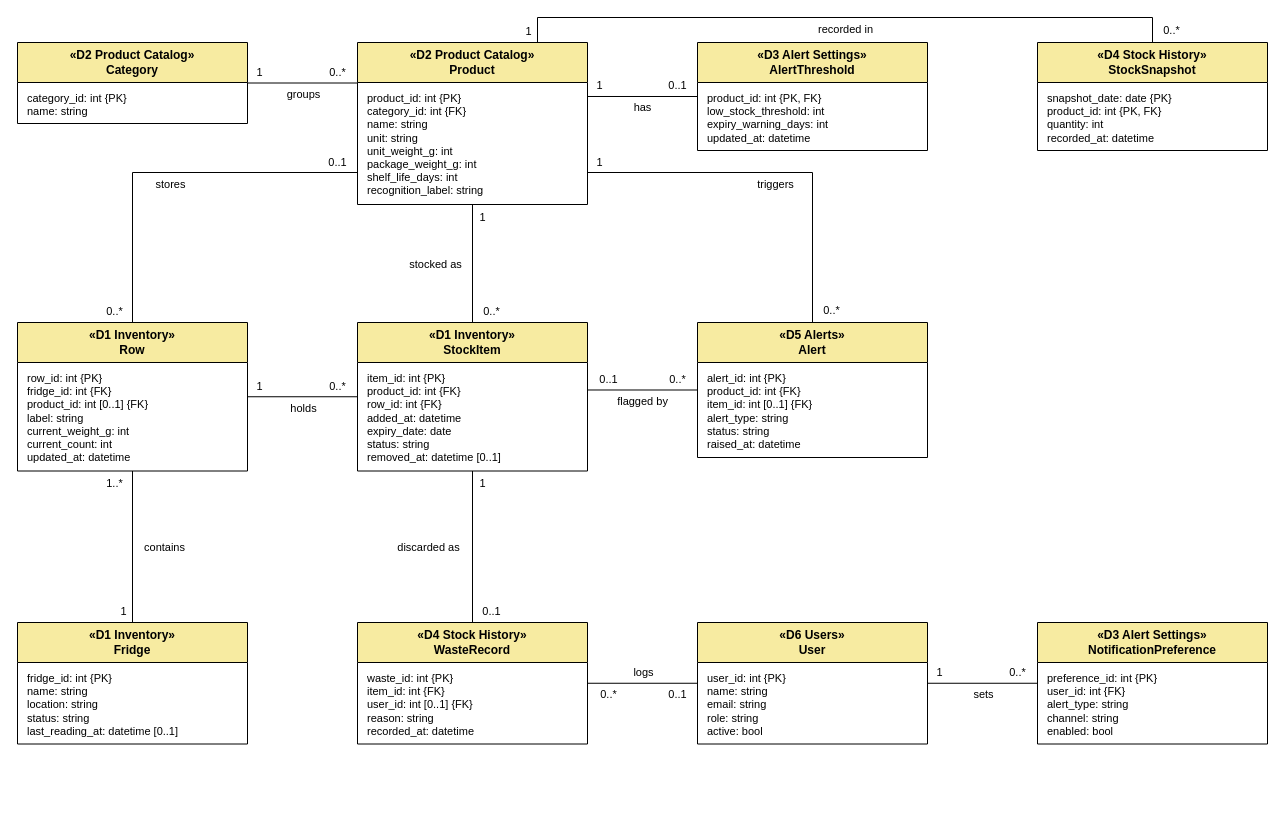
Before: docs/diagrams/erd.drawio in Jatti045/SEG4105-Term-Project, a draw.io diagram. Source tidied: cells renumbered, new cells numbered last; positions are measured from the earlier drawing's top-left corner, leaving out a move shared by most shapes. Both pictures are drawn from the tidied source at 100%, with x=0, y=0 at pixel (17, 17).
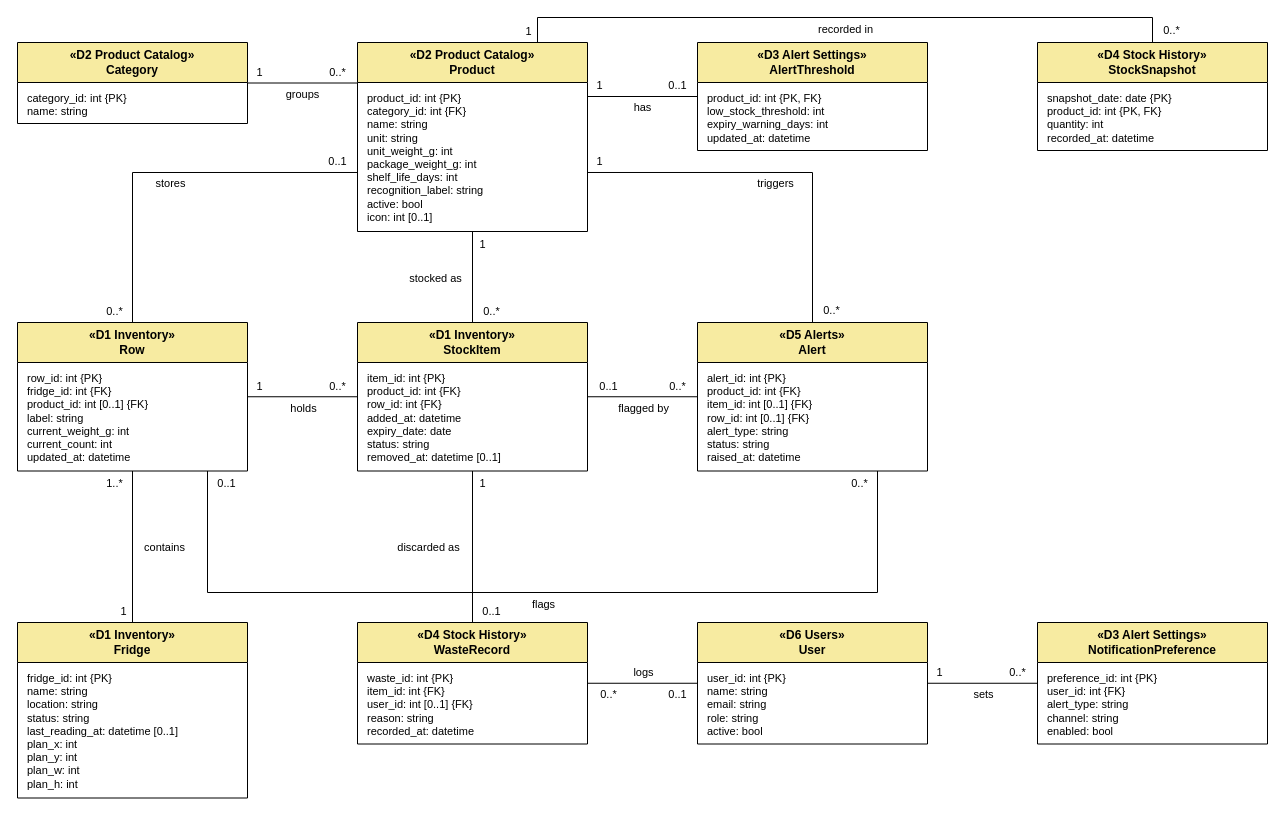
Above is the later version.

The change refers to these unchanged cells:
```xml
<mxCell id="2" value="«D2 Product Catalog»&lt;br&gt;&lt;b&gt;Category&lt;/b&gt;" style="swimlane;html=1;whiteSpace=wrap;startSize=40;fillColor=#F7EBA1;swimlaneFillColor=#FFFFFF;strokeColor=#000000;fontSize=12;fontFamily=Helvetica;fontColor=#000000;" parent="1" vertex="1">
  <mxGeometry y="25" width="230" height="81" as="geometry" />
</mxCell>
<mxCell id="6" value="«D3 Alert Settings»&lt;br&gt;&lt;b&gt;AlertThreshold&lt;/b&gt;" style="swimlane;html=1;whiteSpace=wrap;startSize=40;fillColor=#F7EBA1;swimlaneFillColor=#FFFFFF;strokeColor=#000000;fontSize=12;fontFamily=Helvetica;fontColor=#000000;" parent="1" vertex="1">
  <mxGeometry x="680" y="25" width="230" height="108" as="geometry" />
</mxCell>
<mxCell id="10" value="«D1 Inventory»&lt;br&gt;&lt;b&gt;Row&lt;/b&gt;" style="swimlane;html=1;whiteSpace=wrap;startSize=40;fillColor=#F7EBA1;swimlaneFillColor=#FFFFFF;strokeColor=#000000;fontSize=12;fontFamily=Helvetica;fontColor=#000000;" parent="1" vertex="1">
  <mxGeometry y="305" width="230" height="148.5" as="geometry" />
</mxCell>
<mxCell id="12" value="«D1 Inventory»&lt;br&gt;&lt;b&gt;StockItem&lt;/b&gt;" style="swimlane;html=1;whiteSpace=wrap;startSize=40;fillColor=#F7EBA1;swimlaneFillColor=#FFFFFF;strokeColor=#000000;fontSize=12;fontFamily=Helvetica;fontColor=#000000;" parent="1" vertex="1">
  <mxGeometry x="340" y="305" width="230" height="148.5" as="geometry" />
</mxCell>
```

Change to the diagram source:
```diff
@@
     <mxCell id="4" value="«D2 Product Catalog»&lt;br&gt;&lt;b&gt;Product&lt;/b&gt;" style="swimlane;html=1;whiteSpace=wrap;startSize=40;fillColor=#F7EBA1;swimlaneFillColor=#FFFFFF;strokeColor=#000000;fontSize=12;fontFamily=Helvetica;fontColor=#000000;" parent="1" vertex="1">
-      <mxGeometry x="340" y="25" width="230" height="162" as="geometry" />
+      <mxGeometry x="340" y="25" width="230" height="189" as="geometry" />
     </mxCell>
-    <mxCell id="5" value="product_id: int {PK}&lt;br&gt;category_id: int {FK}&lt;br&gt;name: string&lt;br&gt;unit: string&lt;br&gt;unit_weight_g: int&lt;br&gt;package_weight_g: int&lt;br&gt;shelf_life_days: int&lt;br&gt;recognition_label: string" style="text;html=1;align=left;verticalAlign=top;spacingLeft=8;spacingTop=3;fillColor=none;strokeColor=none;fontSize=11;fontFamily=Helvetica;fontColor=#000000;" parent="4" vertex="1">
-      <mxGeometry y="40" width="230" height="122" as="geometry" />
+    <mxCell id="5" value="product_id: int {PK}&lt;br&gt;category_id: int {FK}&lt;br&gt;name: string&lt;br&gt;unit: string&lt;br&gt;unit_weight_g: int&lt;br&gt;package_weight_g: int&lt;br&gt;shelf_life_days: int&lt;br&gt;recognition_label: string&lt;br&gt;active: bool&lt;br&gt;icon: int [0..1]" style="text;html=1;align=left;verticalAlign=top;spacingLeft=8;spacingTop=3;fillColor=none;strokeColor=none;fontSize=11;fontFamily=Helvetica;fontColor=#000000;" parent="4" vertex="1">
+      <mxGeometry y="40" width="230" height="149" as="geometry" />
     </mxCell>
@@
     <mxCell id="8" value="«D1 Inventory»&lt;br&gt;&lt;b&gt;Fridge&lt;/b&gt;" style="swimlane;html=1;whiteSpace=wrap;startSize=40;fillColor=#F7EBA1;swimlaneFillColor=#FFFFFF;strokeColor=#000000;fontSize=12;fontFamily=Helvetica;fontColor=#000000;" parent="1" vertex="1">
-      <mxGeometry y="605" width="230" height="121.5" as="geometry" />
+      <mxGeometry y="605" width="230" height="175.5" as="geometry" />
     </mxCell>
-    <mxCell id="9" value="fridge_id: int {PK}&lt;br&gt;name: string&lt;br&gt;location: string&lt;br&gt;status: string&lt;br&gt;last_reading_at: datetime [0..1]" style="text;html=1;align=left;verticalAlign=top;spacingLeft=8;spacingTop=3;fillColor=none;strokeColor=none;fontSize=11;fontFamily=Helvetica;fontColor=#000000;" parent="8" vertex="1">
-      <mxGeometry y="40" width="230" height="81.5" as="geometry" />
+    <mxCell id="9" value="fridge_id: int {PK}&lt;br&gt;name: string&lt;br&gt;location: string&lt;br&gt;status: string&lt;br&gt;last_reading_at: datetime [0..1]&lt;br&gt;plan_x: int&lt;br&gt;plan_y: int&lt;br&gt;plan_w: int&lt;br&gt;plan_h: int" style="text;html=1;align=left;verticalAlign=top;spacingLeft=8;spacingTop=3;fillColor=none;strokeColor=none;fontSize=11;fontFamily=Helvetica;fontColor=#000000;" parent="8" vertex="1">
+      <mxGeometry y="40" width="230" height="135.5" as="geometry" />
     </mxCell>
@@
     <mxCell id="16" value="«D5 Alerts»&lt;br&gt;&lt;b&gt;Alert&lt;/b&gt;" style="swimlane;html=1;whiteSpace=wrap;startSize=40;fillColor=#F7EBA1;swimlaneFillColor=#FFFFFF;strokeColor=#000000;fontSize=12;fontFamily=Helvetica;fontColor=#000000;" parent="1" vertex="1">
-      <mxGeometry x="680" y="305" width="230" height="135" as="geometry" />
+      <mxGeometry x="680" y="305" width="230" height="148.5" as="geometry" />
     </mxCell>
-    <mxCell id="17" value="alert_id: int {PK}&lt;br&gt;product_id: int {FK}&lt;br&gt;item_id: int [0..1] {FK}&lt;br&gt;alert_type: string&lt;br&gt;status: string&lt;br&gt;raised_at: datetime" style="text;html=1;align=left;verticalAlign=top;spacingLeft=8;spacingTop=3;fillColor=none;strokeColor=none;fontSize=11;fontFamily=Helvetica;fontColor=#000000;" parent="16" vertex="1">
-      <mxGeometry y="40" width="230" height="95" as="geometry" />
+    <mxCell id="17" value="alert_id: int {PK}&lt;br&gt;product_id: int {FK}&lt;br&gt;item_id: int [0..1] {FK}&lt;br&gt;row_id: int [0..1] {FK}&lt;br&gt;alert_type: string&lt;br&gt;status: string&lt;br&gt;raised_at: datetime" style="text;html=1;align=left;verticalAlign=top;spacingLeft=8;spacingTop=3;fillColor=none;strokeColor=none;fontSize=11;fontFamily=Helvetica;fontColor=#000000;" parent="16" vertex="1">
+      <mxGeometry y="40" width="230" height="108.5" as="geometry" />
     </mxCell>
@@
-    <mxCell id="24" style="edgeStyle=none;rounded=0;html=1;endArrow=none;startArrow=none;strokeColor=#000000;fontFamily=Helvetica;fontColor=#000000;exitX=1.0000;exitY=0.5000;exitDx=0;exitDy=0;exitPerimeter=0;entryX=0.0000;entryY=0.2500;entryDx=0;entryDy=0;entryPerimeter=0;" parent="1" edge="1" source="2" target="4">
+    <mxCell id="24" style="edgeStyle=none;rounded=0;html=1;endArrow=none;startArrow=none;strokeColor=#000000;fontFamily=Helvetica;fontColor=#000000;exitX=1.0000;exitY=0.5000;exitDx=0;exitDy=0;exitPerimeter=0;entryX=0.0000;entryY=0.2143;entryDx=0;entryDy=0;entryPerimeter=0;" parent="1" edge="1" source="2" target="4">
       <mxGeometry relative="1" as="geometry" />
     </mxCell>
@@
-    <mxCell id="28" style="edgeStyle=none;rounded=0;html=1;endArrow=none;startArrow=none;strokeColor=#000000;fontFamily=Helvetica;fontColor=#000000;exitX=1.0000;exitY=0.3333;exitDx=0;exitDy=0;exitPerimeter=0;entryX=0.0000;entryY=0.5000;entryDx=0;entryDy=0;entryPerimeter=0;" parent="1" edge="1" source="4" target="6">
+    <mxCell id="28" style="edgeStyle=none;rounded=0;html=1;endArrow=none;startArrow=none;strokeColor=#000000;fontFamily=Helvetica;fontColor=#000000;exitX=1.0000;exitY=0.2857;exitDx=0;exitDy=0;exitPerimeter=0;entryX=0.0000;entryY=0.5000;entryDx=0;entryDy=0;entryPerimeter=0;" parent="1" edge="1" source="4" target="6">
       <mxGeometry relative="1" as="geometry" />
     </mxCell>
@@
-    <mxCell id="36" style="edgeStyle=none;rounded=0;html=1;endArrow=none;startArrow=none;strokeColor=#000000;fontFamily=Helvetica;fontColor=#000000;exitX=0.5000;exitY=0.0000;exitDx=0;exitDy=0;exitPerimeter=0;entryX=0.0000;entryY=0.8025;entryDx=0;entryDy=0;entryPerimeter=0;" parent="1" edge="1" source="10" target="4">
+    <mxCell id="36" style="edgeStyle=none;rounded=0;html=1;endArrow=none;startArrow=none;strokeColor=#000000;fontFamily=Helvetica;fontColor=#000000;exitX=0.5000;exitY=0.0000;exitDx=0;exitDy=0;exitPerimeter=0;entryX=0.0000;entryY=0.6878;entryDx=0;entryDy=0;entryPerimeter=0;" parent="1" edge="1" source="10" target="4">
       <mxGeometry relative="1" as="geometry">
         <Array as="points">
           <mxPoint x="115" y="155" />
         </Array>
       </mxGeometry>
     </mxCell>
@@
-    <mxCell id="40" style="edgeStyle=none;rounded=0;html=1;endArrow=none;startArrow=none;strokeColor=#000000;fontFamily=Helvetica;fontColor=#000000;exitX=1.0000;exitY=0.8025;exitDx=0;exitDy=0;exitPerimeter=0;entryX=0.5000;entryY=0.0000;entryDx=0;entryDy=0;entryPerimeter=0;" parent="1" edge="1" source="4" target="16">
+    <mxCell id="40" style="edgeStyle=none;rounded=0;html=1;endArrow=none;startArrow=none;strokeColor=#000000;fontFamily=Helvetica;fontColor=#000000;exitX=1.0000;exitY=0.6878;exitDx=0;exitDy=0;exitPerimeter=0;entryX=0.5000;entryY=0.0000;entryDx=0;entryDy=0;entryPerimeter=0;" parent="1" edge="1" source="4" target="16">
       <mxGeometry relative="1" as="geometry">
         <Array as="points">
           <mxPoint x="795" y="155" />
         </Array>
       </mxGeometry>
     </mxCell>
@@
-    <mxCell id="56" style="edgeStyle=none;rounded=0;html=1;endArrow=none;startArrow=none;strokeColor=#000000;fontFamily=Helvetica;fontColor=#000000;exitX=1.0000;exitY=0.4545;exitDx=0;exitDy=0;exitPerimeter=0;entryX=0.0000;entryY=0.5000;entryDx=0;entryDy=0;entryPerimeter=0;" parent="1" edge="1" source="12" target="16">
+    <mxCell id="56" style="edgeStyle=none;rounded=0;html=1;endArrow=none;startArrow=none;strokeColor=#000000;fontFamily=Helvetica;fontColor=#000000;exitX=1.0000;exitY=0.5000;exitDx=0;exitDy=0;exitPerimeter=0;entryX=0.0000;entryY=0.5000;entryDx=0;entryDy=0;entryPerimeter=0;" parent="1" edge="1" source="12" target="16">
       <mxGeometry relative="1" as="geometry" />
     </mxCell>
@@
+    <mxCell id="72" style="edgeStyle=none;rounded=0;html=1;endArrow=none;startArrow=none;strokeColor=#000000;fontFamily=Helvetica;fontColor=#000000;exitX=0.8261;exitY=1.0000;exitDx=0;exitDy=0;exitPerimeter=0;entryX=0.7826;entryY=1.0000;entryDx=0;entryDy=0;entryPerimeter=0;" parent="1" edge="1" source="10" target="16">
+      <mxGeometry relative="1" as="geometry">
+        <Array as="points">
+          <mxPoint x="190" y="575" />
+          <mxPoint x="860" y="575" />
+        </Array>
+      </mxGeometry>
+    </mxCell>
+    <mxCell id="73" value="0..1" style="edgeLabel;html=1;align=center;verticalAlign=middle;labelBackgroundColor=none;fontSize=11;fontFamily=Helvetica;fontColor=#000000;" parent="72" vertex="1">
+      <mxGeometry x="-1" relative="1" as="geometry">
+        <mxPoint x="18.8" y="12" as="offset" />
+      </mxGeometry>
+    </mxCell>
+    <mxCell id="74" value="0..*" style="edgeLabel;html=1;align=center;verticalAlign=middle;labelBackgroundColor=none;fontSize=11;fontFamily=Helvetica;fontColor=#000000;" parent="72" vertex="1">
+      <mxGeometry x="1" relative="1" as="geometry">
+        <mxPoint x="-18.8" y="12" as="offset" />
+      </mxGeometry>
+    </mxCell>
+    <mxCell id="75" value="flags" style="edgeLabel;html=1;align=center;verticalAlign=middle;labelBackgroundColor=none;fontSize=11;fontFamily=Helvetica;fontColor=#000000;" parent="72" vertex="1">
+      <mxGeometry relative="1" as="geometry">
+        <mxPoint y="11" as="offset" />
+      </mxGeometry>
+    </mxCell>
```
